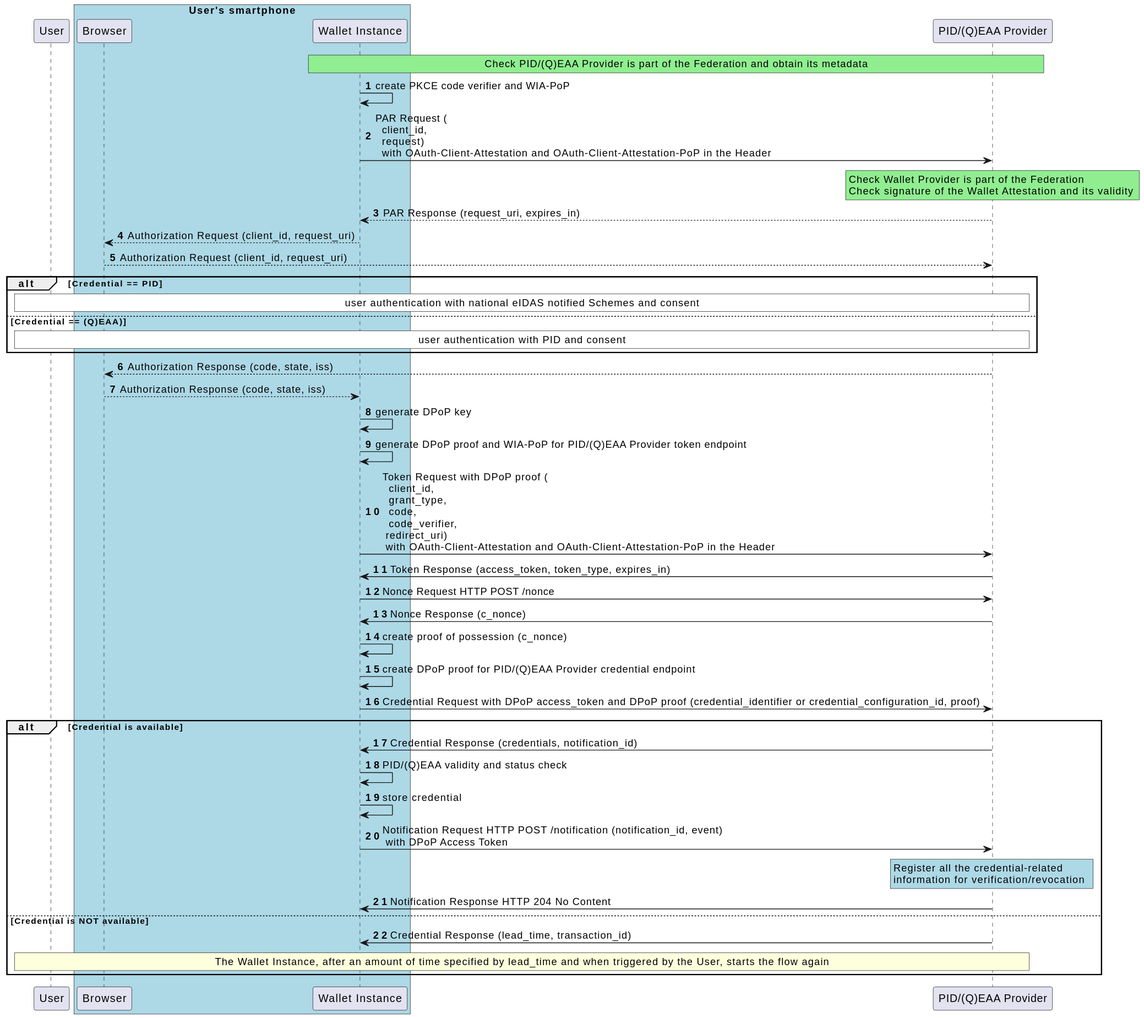
Before: images/Low-Level-Flow-ITWallet-PID-QEAA-Issuance.svg, a diagram exported from PlantUML (fmarino-ipzs/eid-it-wallet-docs).
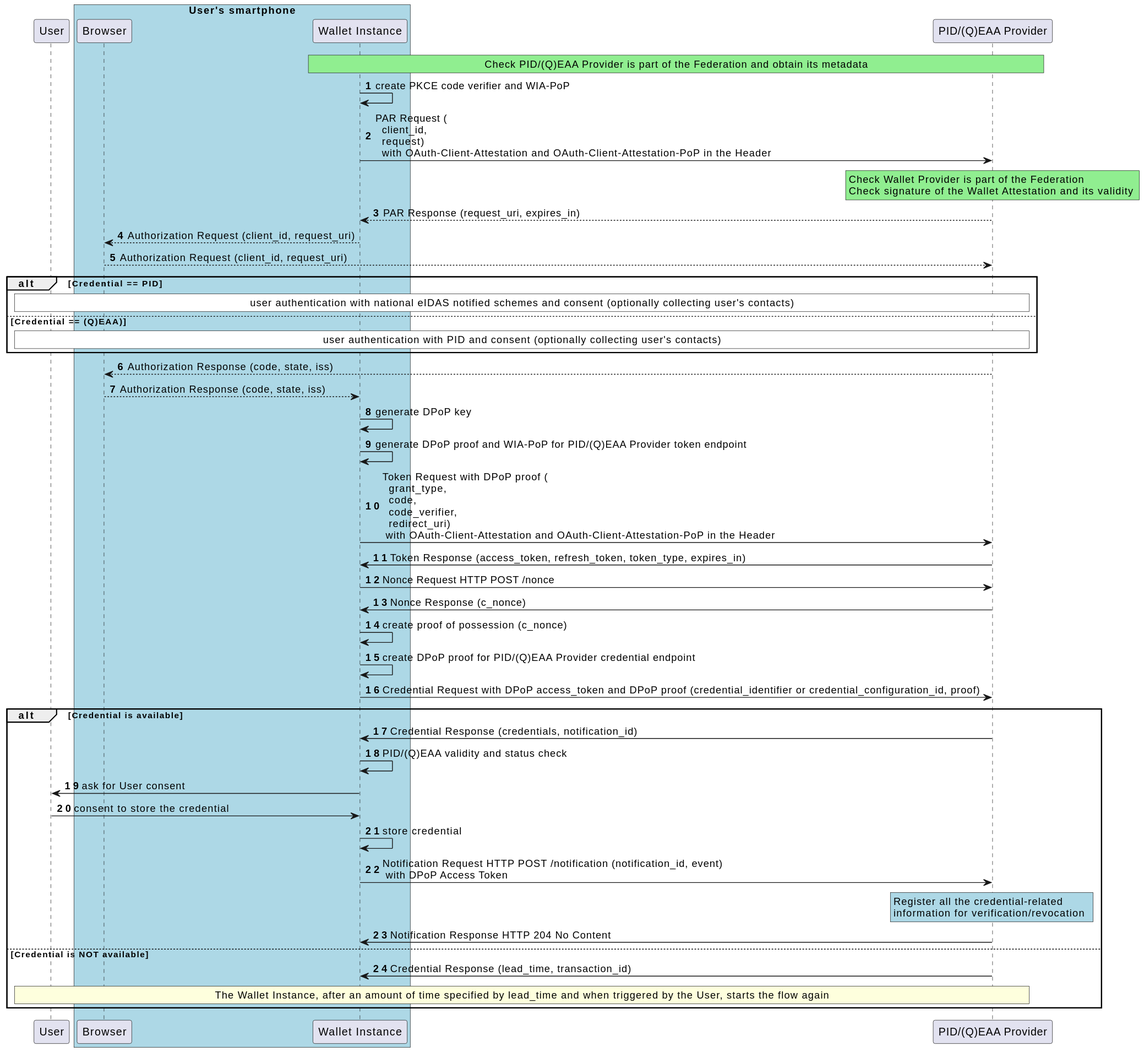
After the change.

Commit message:
fix figure issuance

Diff of the diagram source:
```diff
@@ -31,11 +31,11 @@
 
 alt Credential == PID
 rnote over i,u #WHITE
-user authentication with national eIDAS notified Schemes and consent
+user authentication with national eIDAS notified schemes and consent (optionally collecting user's contacts)
 endrnote
 else Credential == (Q)EAA)
 rnote over i,u #WHITE
-user authentication with PID and consent
+user authentication with PID and consent (optionally collecting user's contacts)
 endrnote
 end
 
@@ -47,9 +47,9 @@
 w -> w : generate DPoP proof and WIA-PoP for PID/(Q)EAA Provider token endpoint
 
 
-w -> i : Token Request with DPoP proof (\n  client_id,\n  grant_type,\n  code,\n  code_verifier,\n redirect_uri) \n with OAuth-Client-Attestation and OAuth-Client-Attestation-PoP in the Header
+w -> i : Token Request with DPoP proof (\n  grant_type,\n  code,\n  code_verifier,\n  redirect_uri) \n with OAuth-Client-Attestation and OAuth-Client-Attestation-PoP in the Header
 
-i -> w : Token Response (access_token, token_type, expires_in)
+i -> w : Token Response (access_token, refresh_token, token_type, expires_in)
 
 w -> i : Nonce Request HTTP POST /nonce
 
@@ -67,6 +67,9 @@
 i -> w : Credential Response (credentials, notification_id)
 
 w -> w : PID/(Q)EAA validity and status check
+
+w -> u : ask for User consent
+u -> w : consent to store the credential
 
 w -> w : store credential
 
```
